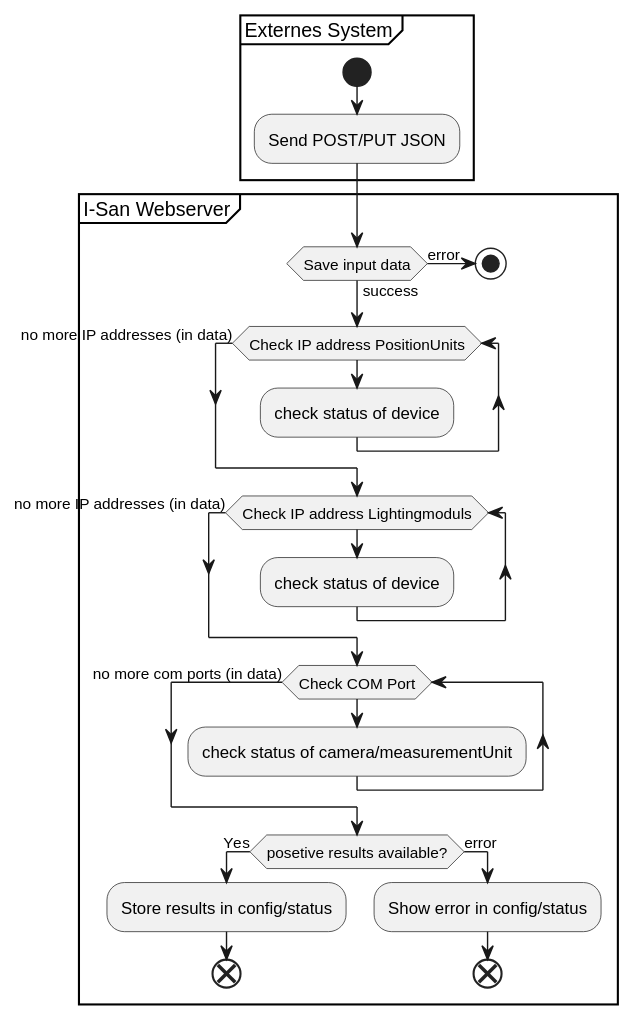
Above: docs/diagram/FlowDiagrams_API_Webserver/device Config.svg in Nr44suessauer/I-Scan (PlantUML), before the change.
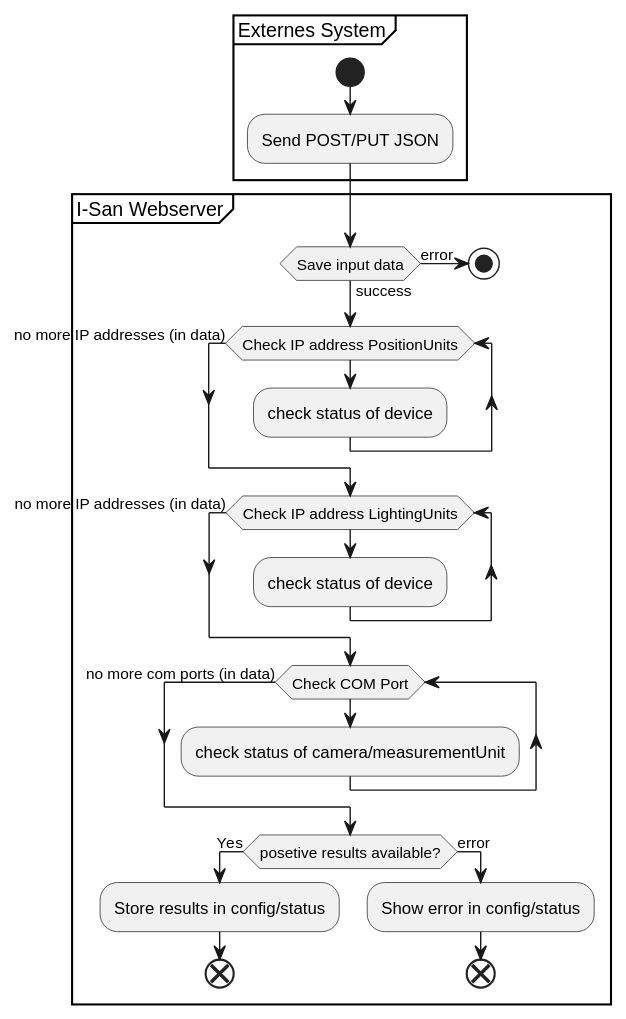
After the change.

Change to the diagram source:
```diff
@@ -3,7 +3,6 @@
     start
     :Send POST/PUT JSON;
 }
-
 
 partition "I-San Webserver" {
 if (Save input data) then (error)
@@ -14,7 +13,7 @@
     :check status of device;
 endwhile (no more IP addresses (in data))
 
-while (Check IP address Lightingmoduls)
+while (Check IP address LightingUnits)
     :check status of device;
 endwhile (no more IP addresses (in data))
 
```
